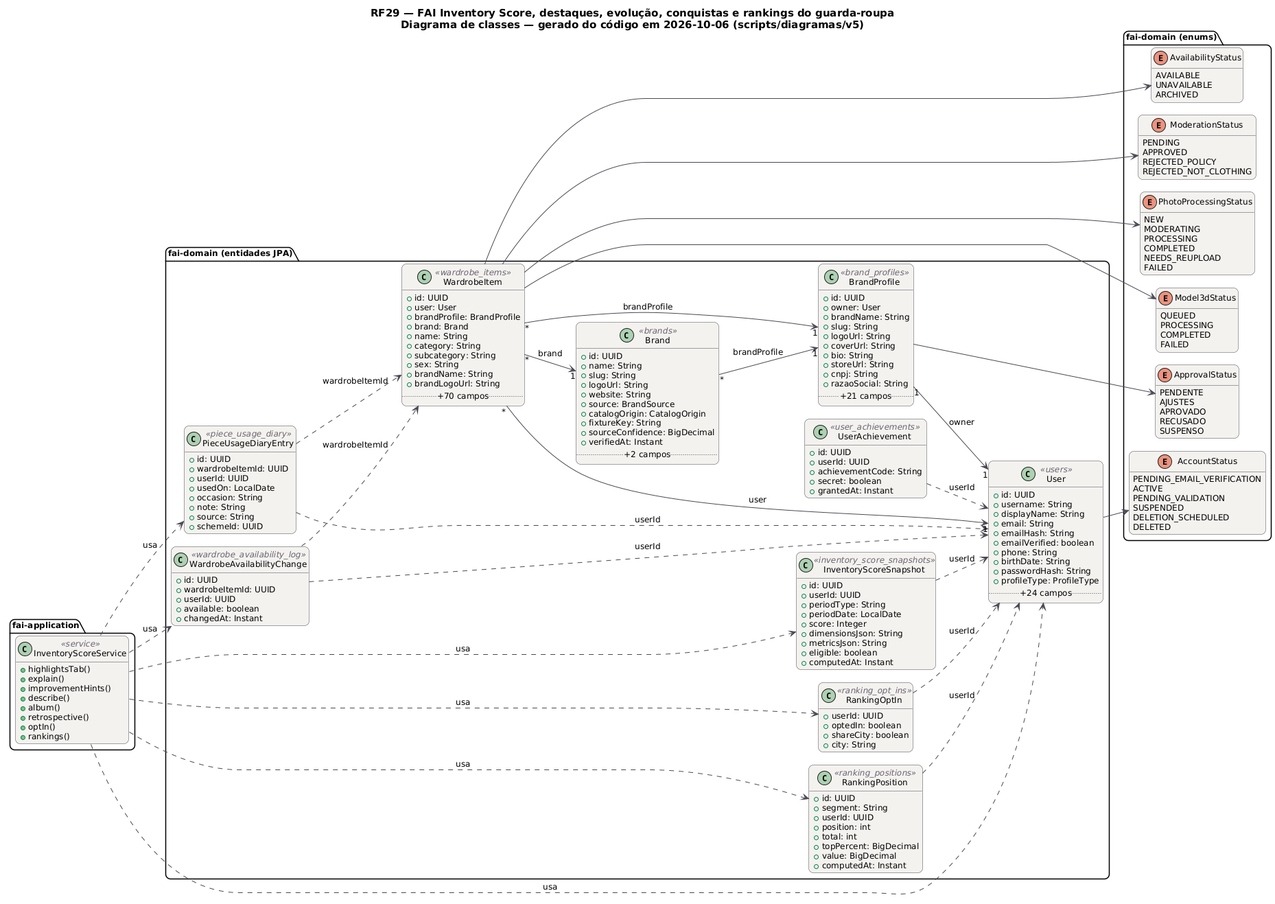
The PlantUML diagram docs/diagramas/RF29/RF29_Classes.png in MatheusHaliski/tcc-2026-fashion-ai-backend, before a commit.
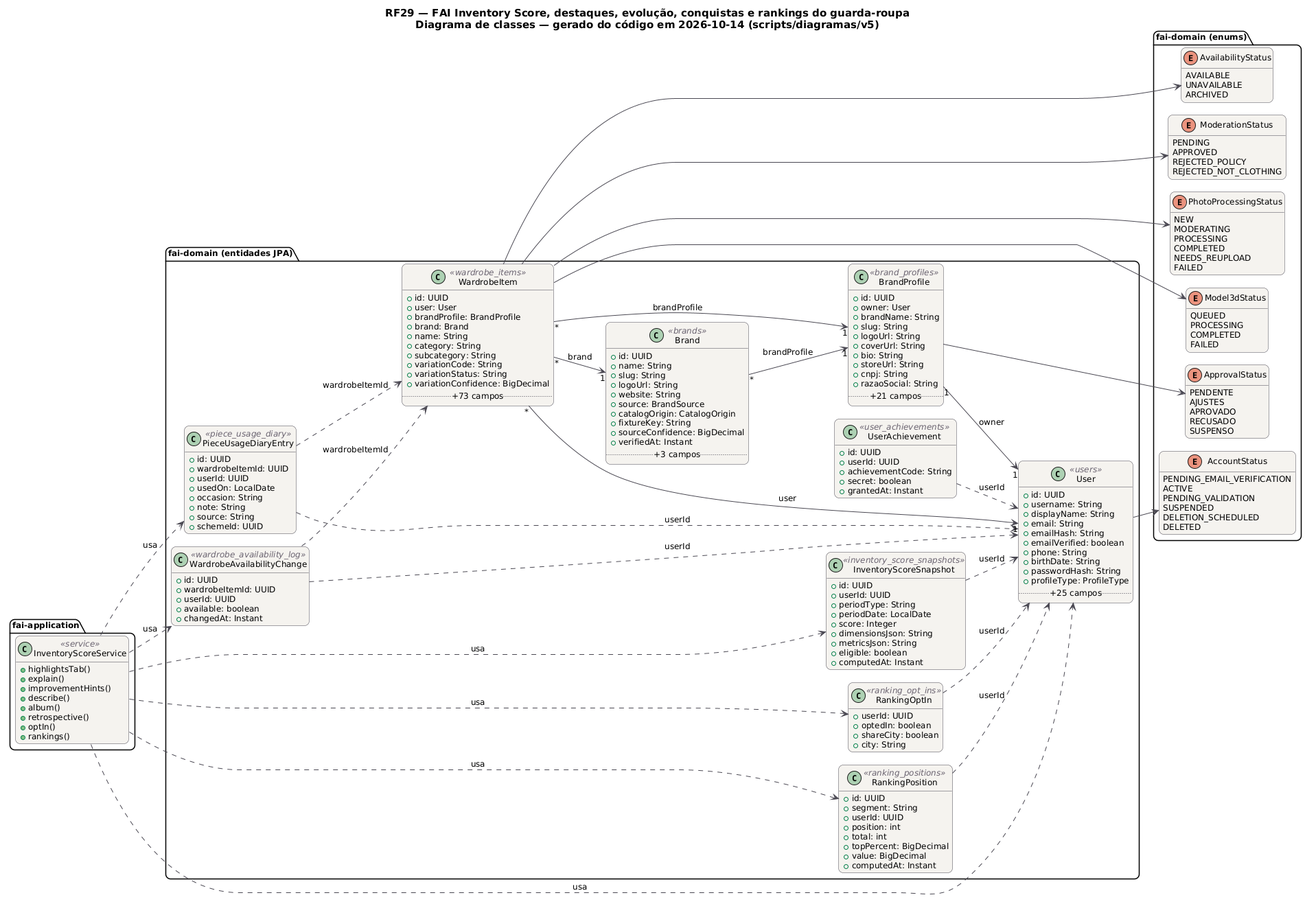
The same file after the commit.

Change to the diagram source:
```diff
@@ -20,7 +20,7 @@
 }
 hide empty members
 left to right direction
-title RF29 — FAI Inventory Score, destaques, evolução, conquistas e rankings do guarda-roupa\nDiagrama de classes — gerado do código em 2026-10-06 (scripts/diagramas/v5)
+title RF29 — FAI Inventory Score, destaques, evolução, conquistas e rankings do guarda-roupa\nDiagrama de classes — gerado do código em 2026-10-14 (scripts/diagramas/v5)
 
 package "fai-domain (entidades JPA)" {
   class Brand <<brands>> {
@@ -34,7 +34,7 @@
     +fixtureKey: String
     +sourceConfidence: BigDecimal
     +verifiedAt: Instant
-    .. +2 campos ..
+    .. +3 campos ..
   }
   class BrandProfile <<brand_profiles>> {
     +id: UUID
@@ -97,7 +97,7 @@
     +birthDate: String
     +passwordHash: String
     +profileType: ProfileType
-    .. +24 campos ..
+    .. +25 campos ..
   }
   class UserAchievement <<user_achievements>> {
     +id: UUID
@@ -121,10 +121,10 @@
     +name: String
     +category: String
     +subcategory: String
-    +sex: String
-    +brandName: String
-    +brandLogoUrl: String
-    .. +70 campos ..
+    +variationCode: String
+    +variationStatus: String
+    +variationConfidence: BigDecimal
+    .. +73 campos ..
   }
 }
 package "fai-domain (enums)" {
```
